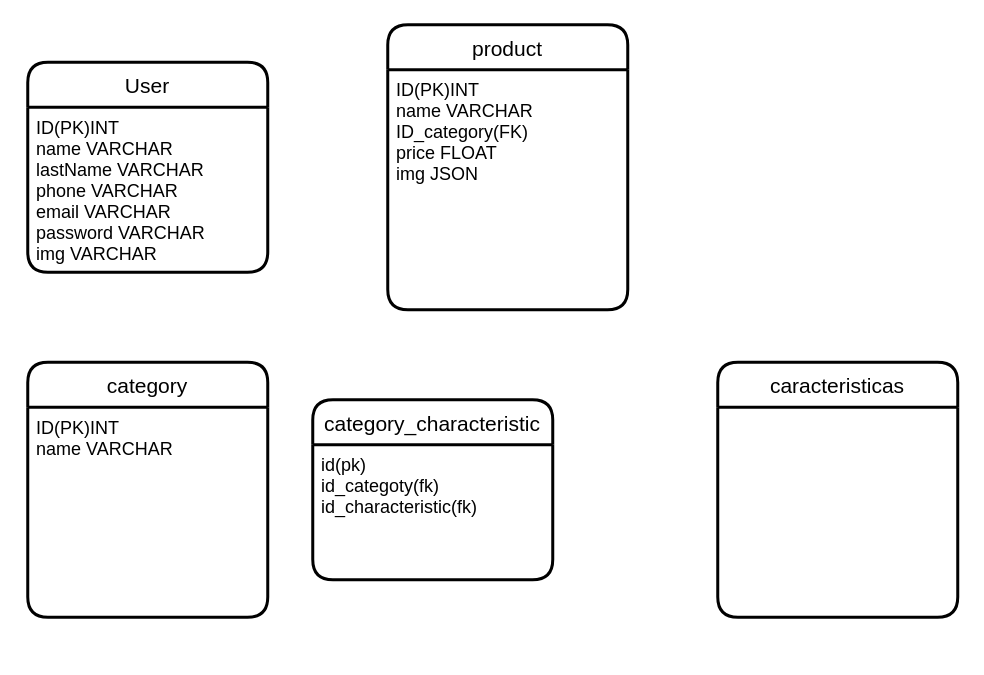
Earlier version of the draw.io diagram gamerCave.drawio (santiagoBassi/grupo_8_gamercave). Source tidied: cells renumbered, new cells numbered last; positions are measured from the earlier drawing's top-left corner, leaving out a move shared by most shapes. Both pictures are drawn from the tidied source at 150%, with x=0, y=0 at pixel (27, 24).
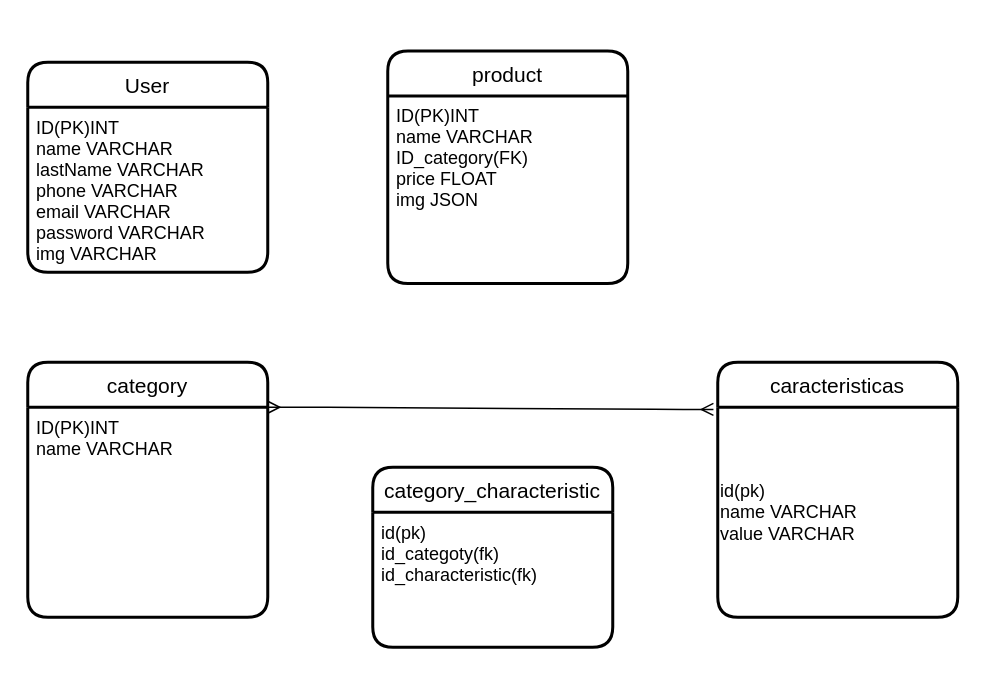
Above is the later version.

Change to the diagram source:
```diff
@@
 <mxGraphModel>
   <root>
     <mxCell id="0" />
     <mxCell id="1" parent="0" />
     <mxCell id="2" value="User" style="swimlane;horizontal=1;startSize=30;rounded=1;fontSize=14;fontStyle=0;strokeWidth=2;shadow=0;dashed=0;align=center;" parent="1" vertex="1">
       <mxGeometry y="25" width="160" height="140" as="geometry" />
     </mxCell>
     <mxCell id="3" value="ID(PK)INT&#10;name VARCHAR&#10;lastName VARCHAR&#10;phone VARCHAR&#10;email VARCHAR&#10;password VARCHAR&#10;img VARCHAR" style="align=left;strokeColor=none;fillColor=none;spacingLeft=4;fontSize=12;verticalAlign=top;" parent="2" vertex="1">
       <mxGeometry y="30" width="160" height="110" as="geometry" />
     </mxCell>
     <mxCell id="4" value="product" style="swimlane;horizontal=1;startSize=30;rounded=1;fontSize=14;fontStyle=0;strokeWidth=2;shadow=0;dashed=0;align=center;" parent="1" vertex="1">
-      <mxGeometry x="240" width="160" height="190" as="geometry" />
+      <mxGeometry x="240" y="17.5" width="160" height="155" as="geometry" />
     </mxCell>
     <mxCell id="5" value="ID(PK)INT&#10;name VARCHAR&#10;ID_category(FK)&#10;price FLOAT&#10;img JSON&#10;" style="align=left;strokeColor=none;fillColor=none;spacingLeft=4;fontSize=12;verticalAlign=top;" parent="4" vertex="1">
-      <mxGeometry y="30" width="160" height="160" as="geometry" />
+      <mxGeometry y="30" width="160" height="125" as="geometry" />
     </mxCell>
     <mxCell id="6" style="edgeStyle=orthogonalEdgeStyle;rounded=0;orthogonalLoop=1;jettySize=auto;html=1;exitX=0.5;exitY=1;exitDx=0;exitDy=0;" parent="4" edge="1" source="5" target="5">
       <mxGeometry relative="1" as="geometry" />
     </mxCell>
     <mxCell id="7" value="category" style="swimlane;horizontal=1;startSize=30;rounded=1;fontSize=14;fontStyle=0;strokeWidth=2;shadow=0;dashed=0;align=center;" parent="1" vertex="1">
       <mxGeometry y="225" width="160" height="170" as="geometry" />
     </mxCell>
     <mxCell id="8" value="ID(PK)INT&#10;name VARCHAR&#10;" style="align=left;strokeColor=none;fillColor=none;spacingLeft=4;fontSize=12;verticalAlign=top;" parent="7" vertex="1">
       <mxGeometry y="30" width="160" height="140" as="geometry" />
     </mxCell>
     <mxCell id="9" value="caracteristicas" style="swimlane;horizontal=1;startSize=30;rounded=1;fontSize=14;fontStyle=0;strokeWidth=2;shadow=0;dashed=0;align=center;" parent="1" vertex="1">
       <mxGeometry x="460" y="225" width="160" height="170" as="geometry" />
     </mxCell>
+    <mxCell id="12" value="id(pk)&lt;br&gt;name VARCHAR&lt;br&gt;value VARCHAR" style="text;html=1;align=left;verticalAlign=middle;strokeColor=none;" parent="9" vertex="1">
+      <mxGeometry y="30" width="160" height="140" as="geometry" />
+    </mxCell>
     <mxCell id="10" value="category_characteristic" style="swimlane;horizontal=1;startSize=30;rounded=1;fontSize=14;fontStyle=0;strokeWidth=2;shadow=0;dashed=0;align=center;" parent="1" vertex="1">
-      <mxGeometry x="190" y="250" width="160" height="120" as="geometry" />
+      <mxGeometry x="230" y="295" width="160" height="120" as="geometry" />
     </mxCell>
     <mxCell id="11" value="id(pk)&#10;id_categoty(fk)&#10;id_characteristic(fk)" style="align=left;strokeColor=none;fillColor=none;spacingLeft=4;fontSize=12;verticalAlign=top;" parent="10" vertex="1">
       <mxGeometry y="30" width="160" height="90" as="geometry" />
     </mxCell>
+    <mxCell id="13" style="edgeStyle=entityRelationEdgeStyle;fontSize=12;html=1;endArrow=ERmany;startArrow=ERmany;exitX=1;exitY=0;exitDx=0;exitDy=0;entryX=-0.018;entryY=0.185;entryDx=0;entryDy=0;entryPerimeter=0;" parent="1" edge="1" source="8" target="9">
+      <mxGeometry relative="1" as="geometry" />
+    </mxCell>
   </root>
 </mxGraphModel>
```
